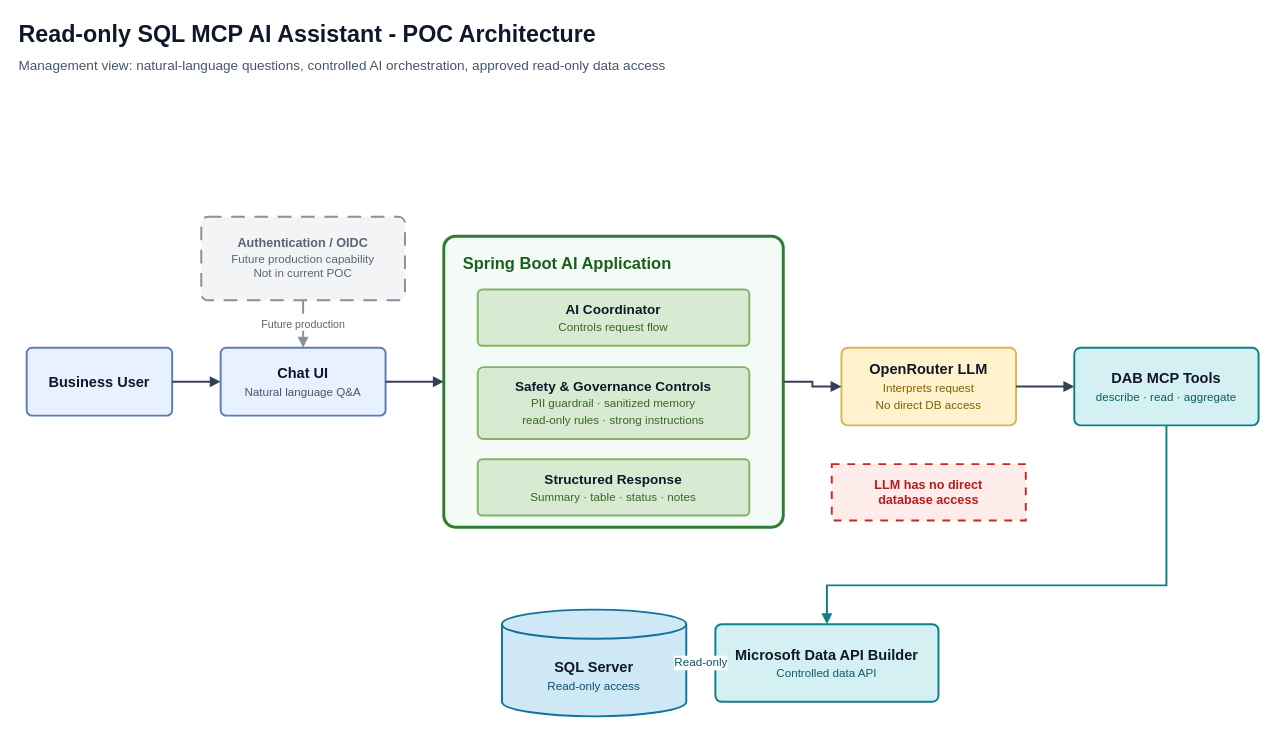
This is docs/sql-mcp-poc-architecture.drawio from prakashmutyala07/sql-mcp, a draw.io file, before an edit. Source tidied: cells renumbered, new cells numbered last; positions are measured from the earlier drawing's top-left corner, leaving out a move shared by most shapes. Both pictures are drawn from the tidied source at 97%, with x=0, y=0 at pixel (16, 16).
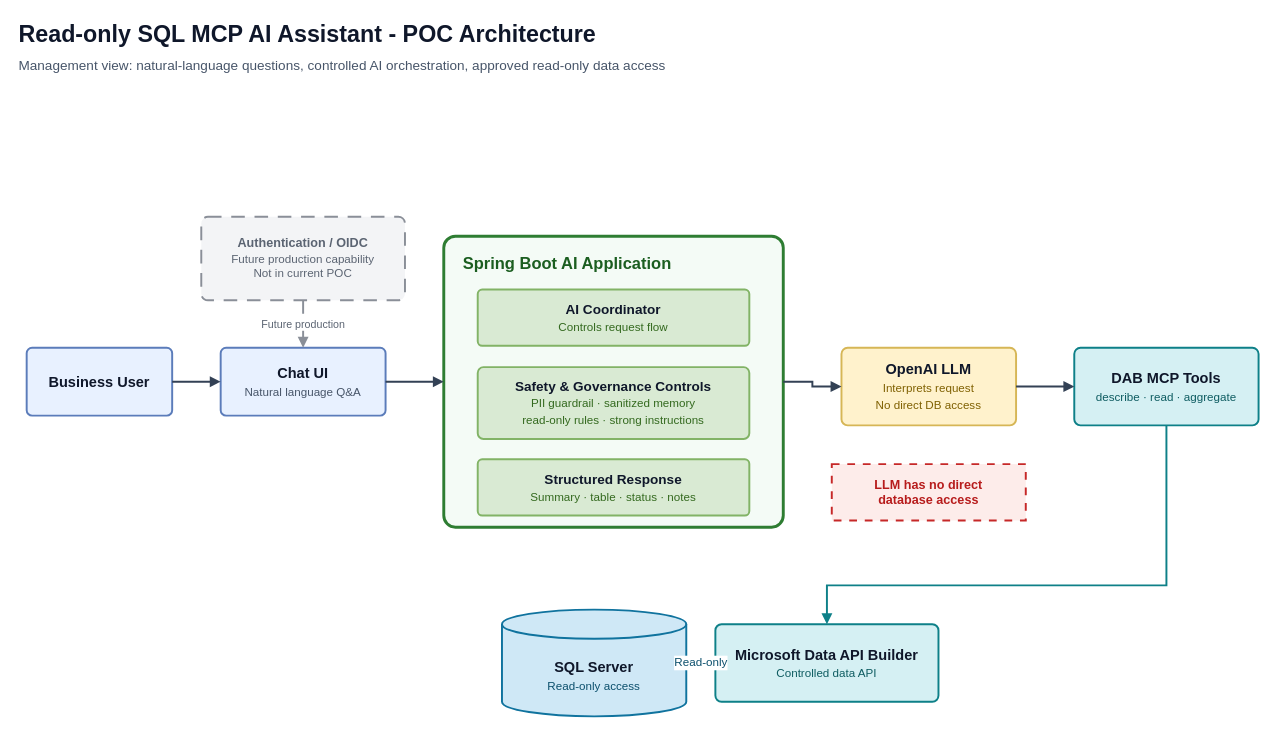
After the change.

Diff of the diagram source:
```diff
@@
-    <mxCell id="11" value="&lt;b&gt;OpenRouter LLM&lt;/b&gt;&lt;br&gt;&lt;font style=&quot;font-size: 12px;&quot; color=&quot;#7f6000&quot;&gt;Interprets request&lt;br&gt;No direct DB access&lt;/font&gt;" style="rounded=1;whiteSpace=wrap;html=1;fillColor=#fff2cc;strokeColor=#d6b656;fontSize=15;fontColor=#0f172a;arcSize=8;strokeWidth=2;" parent="1" vertex="1">
+    <mxCell id="11" value="&lt;b&gt;OpenAI LLM&lt;/b&gt;&lt;br&gt;&lt;font style=&quot;font-size: 12px;&quot; color=&quot;#7f6000&quot;&gt;Interprets request&lt;br&gt;No direct DB access&lt;/font&gt;" style="rounded=1;whiteSpace=wrap;html=1;fillColor=#fff2cc;strokeColor=#d6b656;fontSize=15;fontColor=#0f172a;arcSize=8;strokeWidth=2;" parent="1" vertex="1">
       <mxGeometry x="850" y="341" width="180" height="80" as="geometry" />
     </mxCell>
```
